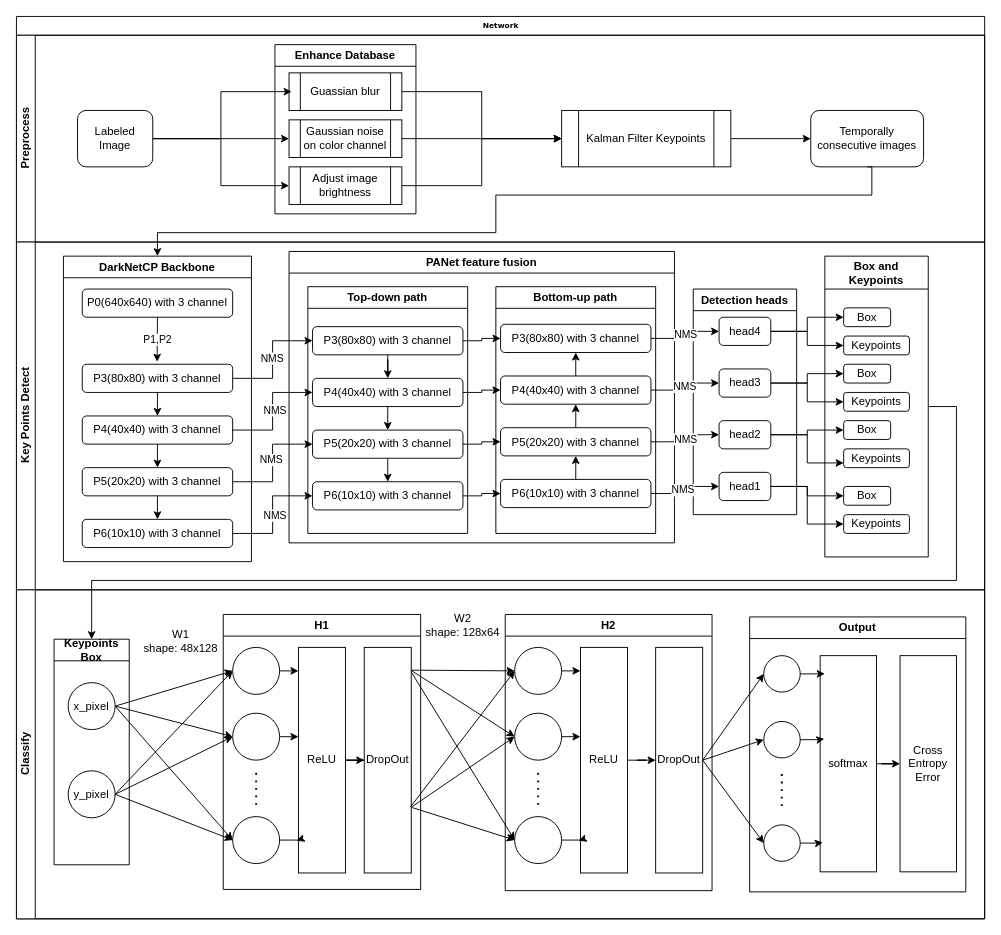
Earlier version of the draw.io diagram NetDesign.drawio (onemotre/HumanPoseClassify). Source tidied: cells renumbered, new cells numbered last; positions are measured from the earlier drawing's top-left corner, leaving out a move shared by most shapes. Both pictures are drawn from the tidied source at 94%, with x=0, y=0 at pixel (16, 16).
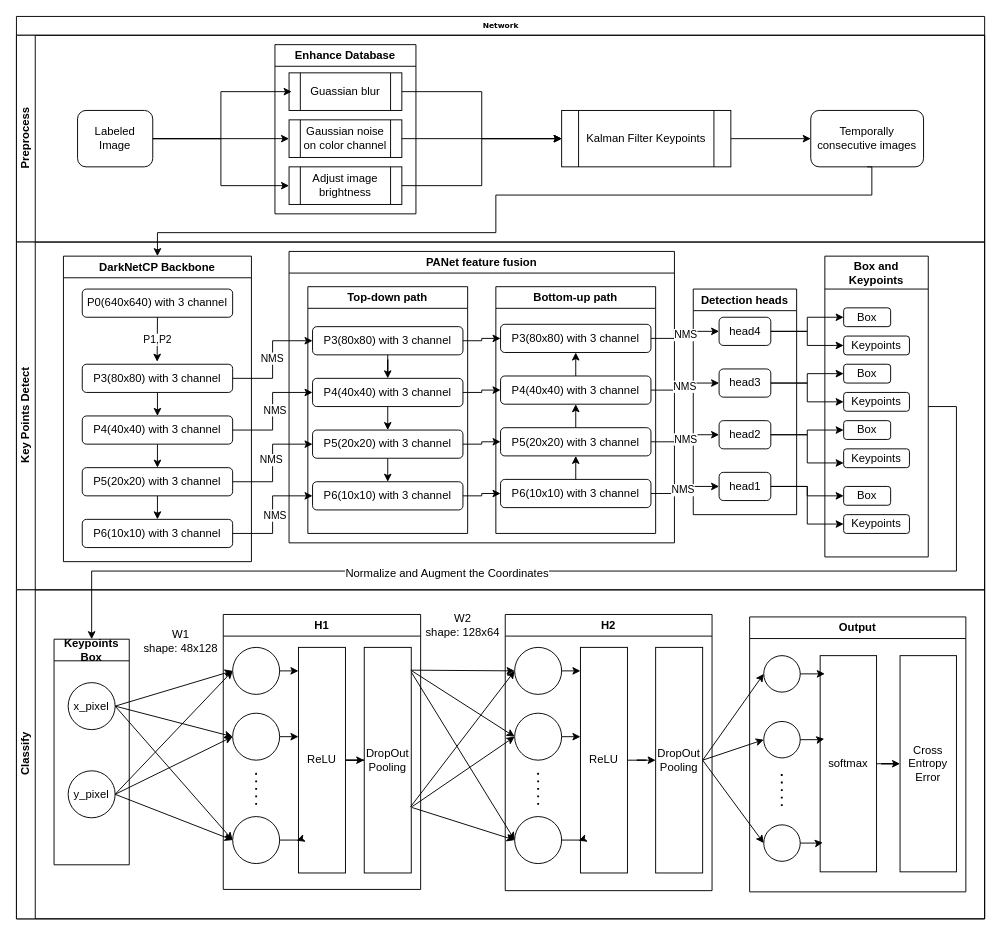
Above is the later version.

Unchanged cells that the change refers to:
```xml
<mxCell id="2" value="Network" style="swimlane;html=1;horizontal=1;startSize=20;rounded=0;shadow=0;labelBackgroundColor=none;strokeWidth=1;fontFamily=Verdana;fontSize=8;align=center;" parent="1" vertex="1">
  <mxGeometry width="1030" height="960" as="geometry" />
</mxCell>
<mxCell id="64" value="Box and Keypoints" style="swimlane;whiteSpace=wrap;html=1;startSize=35;" parent="18" vertex="1">
  <mxGeometry x="860" y="15" width="110" height="320" as="geometry" />
</mxCell>
<mxCell id="91" value="&lt;div&gt;H1&lt;/div&gt;" style="swimlane;whiteSpace=wrap;html=1;" parent="90" vertex="1">
  <mxGeometry x="220" y="26.2" width="210" height="292.5" as="geometry" />
</mxCell>
<mxCell id="105" value="Keypoints Box" style="swimlane;whiteSpace=wrap;html=1;" parent="90" vertex="1">
  <mxGeometry x="40" y="52.5" width="80" height="240" as="geometry" />
</mxCell>
<mxCell id="112" value="H2" style="swimlane;whiteSpace=wrap;html=1;" parent="90" vertex="1">
  <mxGeometry x="520" y="26.2" width="220" height="293.8" as="geometry" />
</mxCell>
```

The edit, as a diff of the source:
```diff
@@
-    <mxCell id="101" value="DropOut" style="rounded=0;whiteSpace=wrap;html=1;" parent="91" vertex="1">
+    <mxCell id="101" value="&lt;div&gt;DropOut Pooling&lt;br&gt;&lt;/div&gt;" style="rounded=0;whiteSpace=wrap;html=1;" parent="91" vertex="1">
       <mxGeometry x="150" y="35" width="50" height="240" as="geometry" />
     </mxCell>
@@
-    <mxCell id="122" value="DropOut" style="rounded=0;whiteSpace=wrap;html=1;" parent="112" vertex="1">
+    <mxCell id="122" value="DropOut Pooling" style="rounded=0;whiteSpace=wrap;html=1;" parent="112" vertex="1">
       <mxGeometry x="160" y="35" width="50" height="240" as="geometry" />
     </mxCell>
@@
     <mxCell id="144" style="edgeStyle=orthogonalEdgeStyle;rounded=0;jettySize=auto;html=1;entryX=0.5;entryY=0;entryDx=0;entryDy=0;" parent="2" edge="1" source="64" target="105">
       <mxGeometry relative="1" as="geometry">
         <Array as="points">
           <mxPoint x="1000" y="415" />
-          <mxPoint x="1000" y="600" />
-          <mxPoint x="80" y="600" />
+          <mxPoint x="1000" y="590" />
+          <mxPoint x="80" y="590" />
         </Array>
       </mxGeometry>
     </mxCell>
+    <mxCell id="145" value="Normalize and Augment the Coordinates" style="edgeLabel;html=1;align=center;verticalAlign=middle;fontSize=12;" parent="144" vertex="1">
+      <mxGeometry x="0.25" y="2" relative="1" as="geometry" />
+    </mxCell>
```
